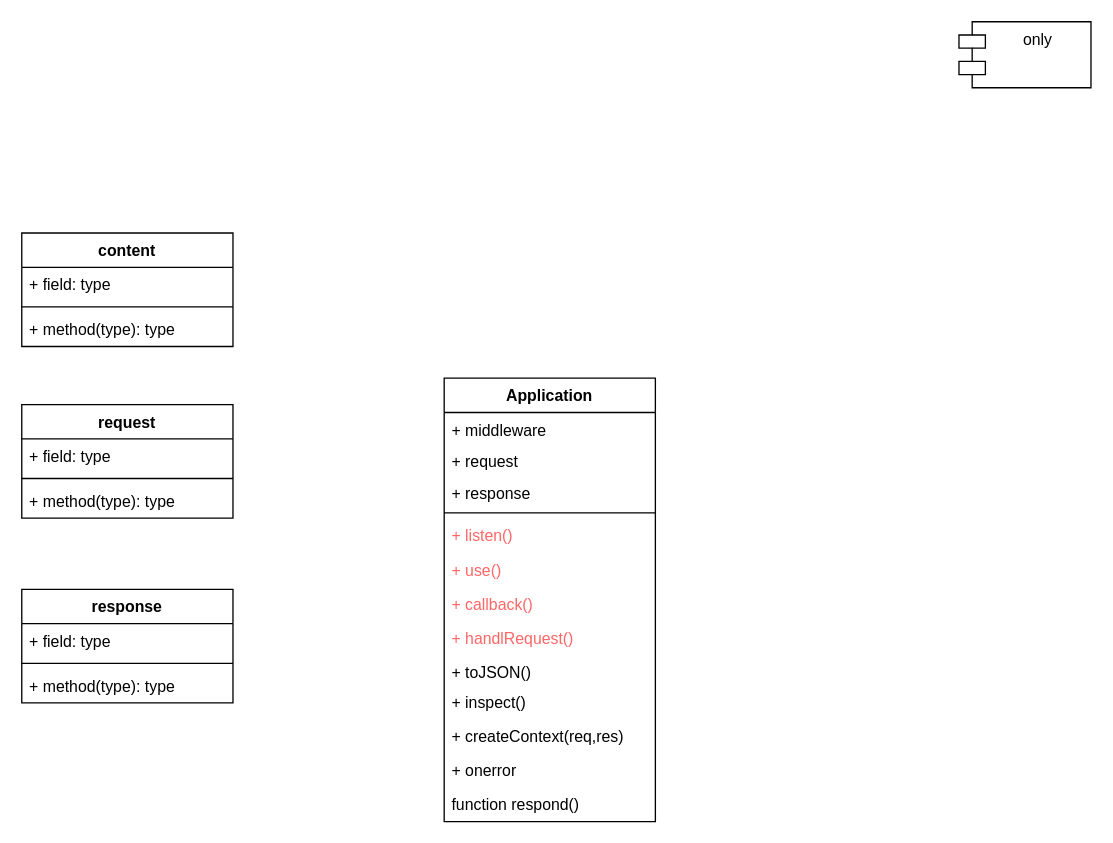
wbbhacker/drawFile keeps this draw.io diagram as koa.drawio. Above is the earlier version. Source tidied: cells renumbered, new cells numbered last; positions are measured from the earlier drawing's top-left corner, leaving out a move shared by most shapes. Both pictures are drawn from the tidied source at 132%, with x=0, y=0 at pixel (21, 21).
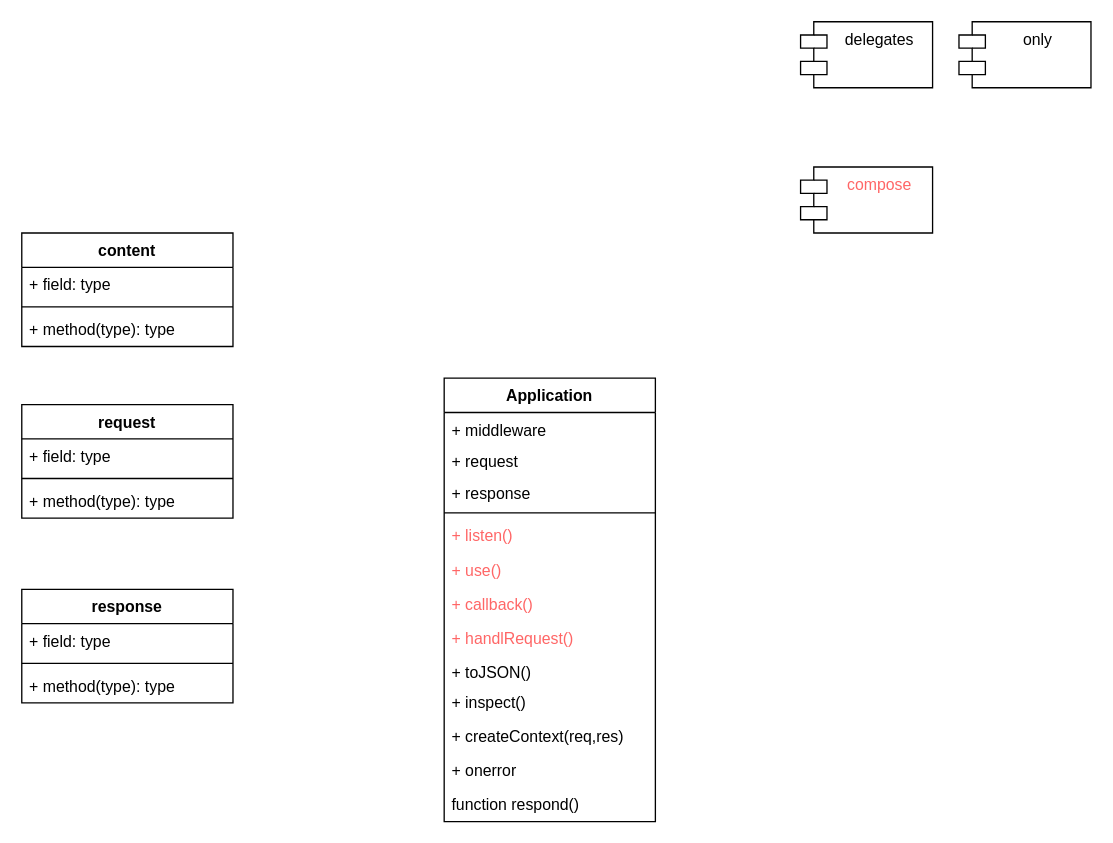
After the change.

Diff of the diagram source:
```diff
@@
+    <mxCell id="29" value="delegates" style="shape=module;align=left;spacingLeft=20;align=center;verticalAlign=top;" parent="1" vertex="1">
+      <mxGeometry x="590" width="100" height="50" as="geometry" />
+    </mxCell>
+    <mxCell id="30" value="compose" style="shape=module;align=left;spacingLeft=20;align=center;verticalAlign=top;fontColor=#FF6666;" parent="1" vertex="1">
+      <mxGeometry x="590" y="110" width="100" height="50" as="geometry" />
+    </mxCell>
```
